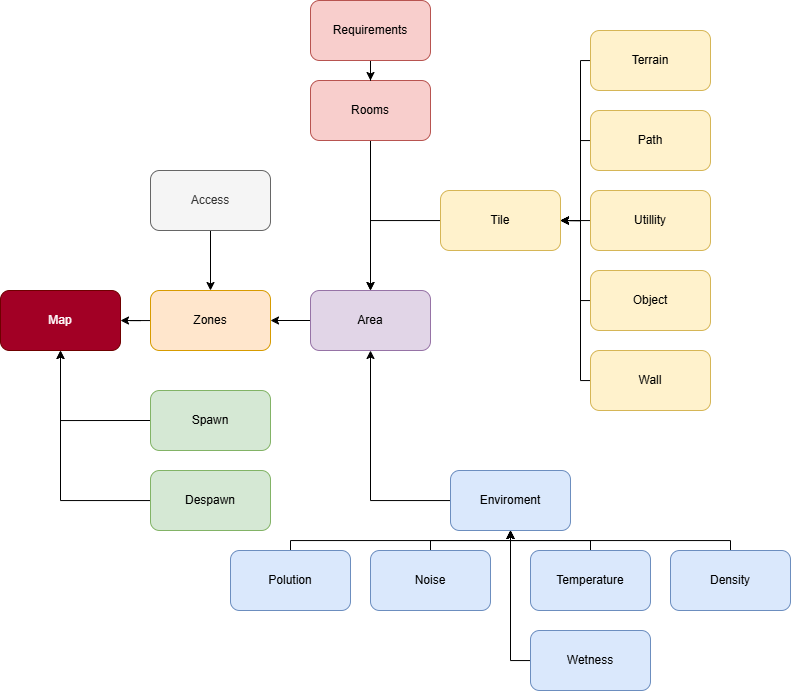
Before: design/Architecture/Map.png, a diagram exported from draw.io (benjacobs982-dev/Festival-Sim-Project). Source tidied: cells renumbered, new cells last; positions are measured from the earlier drawing's top-left corner, leaving out a move shared by most shapes.
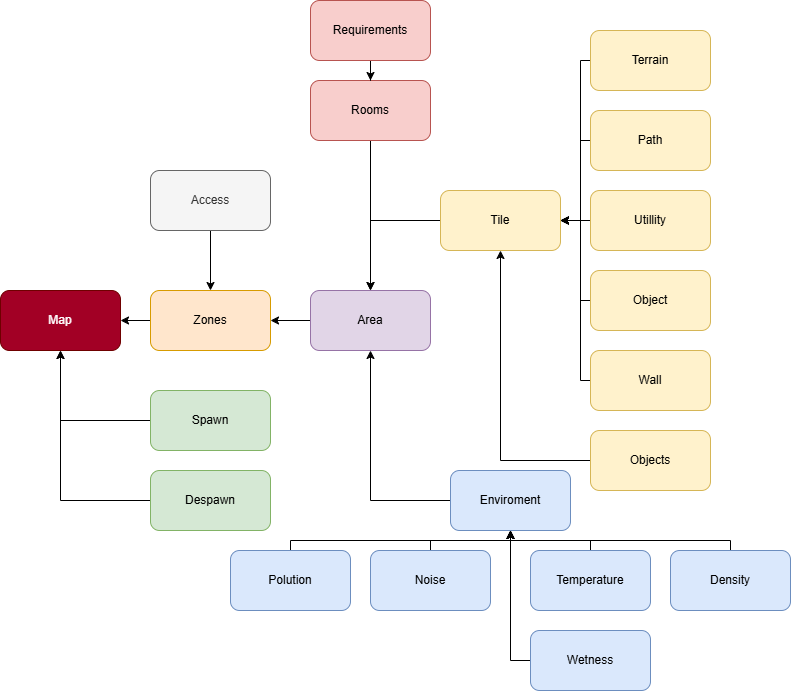
The same diagram one commit later.

Change to the diagram source:
```diff
@@ -163,5 +163,11 @@
     <mxCell id="40" value="Requirements" style="rounded=1;whiteSpace=wrap;html=1;fillColor=#f8cecc;strokeColor=#b85450;" parent="1" vertex="1">
       <mxGeometry x="310" width="120" height="60" as="geometry" />
     </mxCell>
+    <mxCell id="41" style="edgeStyle=orthogonalEdgeStyle;rounded=0;jettySize=auto;html=1;entryX=0.5;entryY=1;entryDx=0;entryDy=0;" parent="1" edge="1" source="42" target="5">
+      <mxGeometry relative="1" as="geometry" />
+    </mxCell>
+    <mxCell id="42" value="Objects" style="rounded=1;whiteSpace=wrap;html=1;fillColor=#fff2cc;strokeColor=#d6b656;" parent="1" vertex="1">
+      <mxGeometry x="590" y="430" width="120" height="60" as="geometry" />
+    </mxCell>
   </root>
 </mxGraphModel>
```
